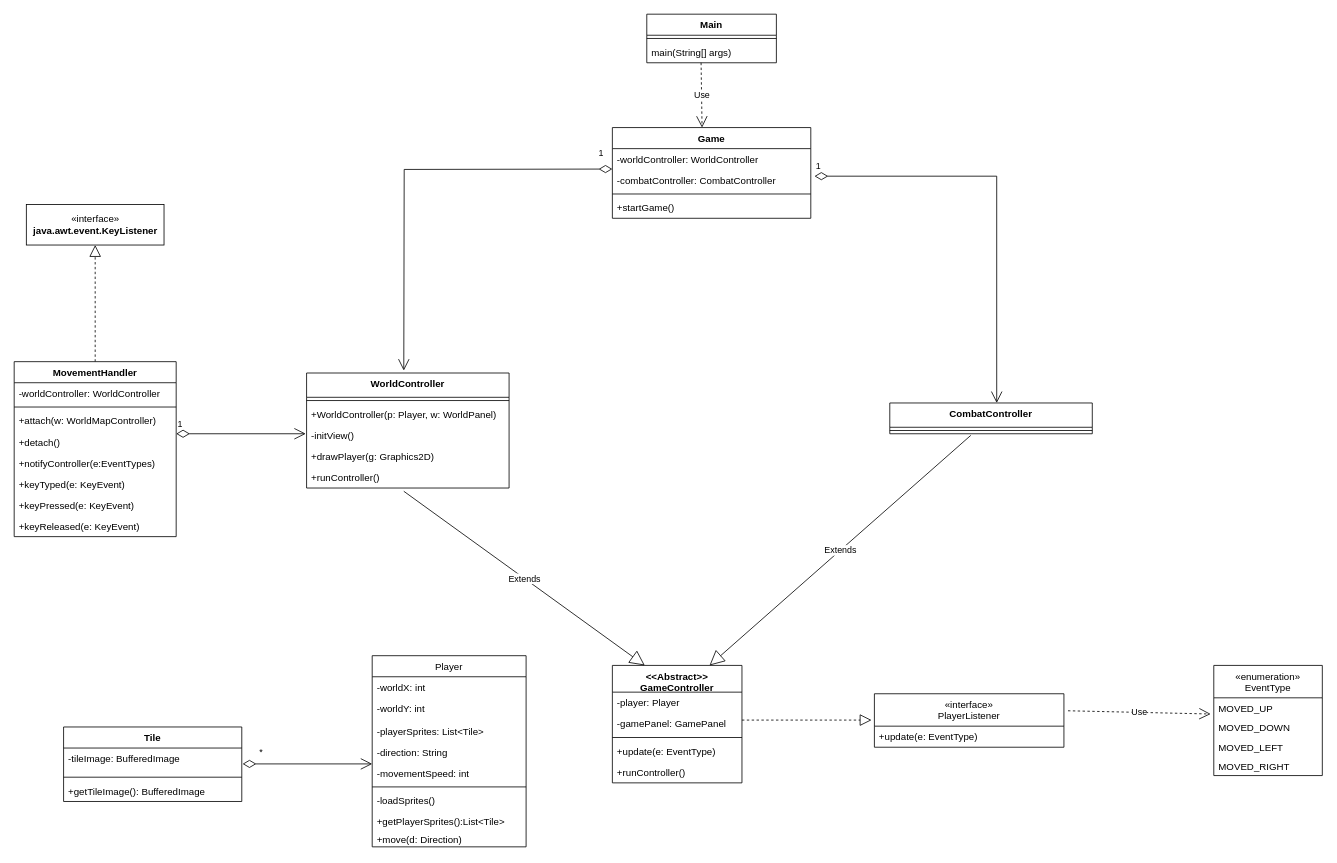
weiss25r/Progetto-ISS-2022-2023 keeps this draw.io diagram as docs/diagrams/Raffaele/Task - disegno della mappaù.drawio. Above is the earlier version. Source tidied: cells renumbered, new cells numbered last; positions are measured from the earlier drawing's top-left corner, leaving out a move shared by most shapes. Both pictures are drawn from the tidied source at 81%, with x=0, y=0 at pixel (14, 14).
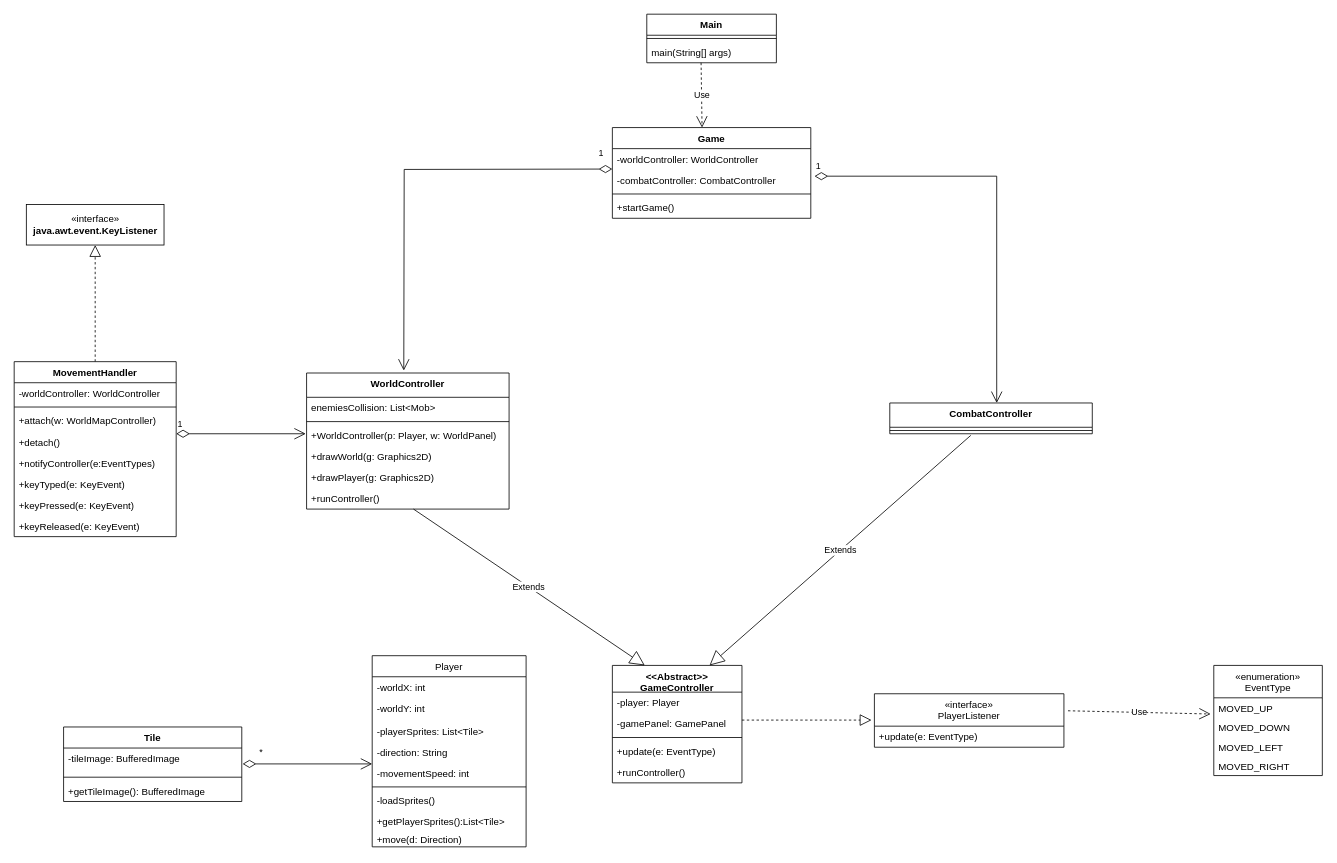
Above is the later version.

The change refers to these unchanged cells:
```xml
<mxCell id="42" value="&lt;&lt;Abstract&gt;&gt;&#10;GameController" style="swimlane;fontStyle=1;align=center;verticalAlign=top;horizontal=1;startSize=33;" parent="1" vertex="1">
  <mxGeometry x="738.5" y="804" width="160" height="145" as="geometry" />
</mxCell>
```

What changed in the source:
```diff
@@
     <mxCell id="36" value="WorldController" style="swimlane;fontStyle=1;align=center;verticalAlign=top;horizontal=1;startSize=30;" parent="1" vertex="1">
-      <mxGeometry x="361" y="443" width="250" height="142" as="geometry" />
+      <mxGeometry x="361" y="443" width="250" height="168" as="geometry" />
     </mxCell>
+    <mxCell id="65" value="enemiesCollision: List&lt;Mob&gt;" style="text;strokeColor=none;fillColor=none;align=left;verticalAlign=top;spacingLeft=4;spacingRight=4;overflow=hidden;" parent="36" vertex="1">
+      <mxGeometry y="30" width="250" height="26" as="geometry" />
+    </mxCell>
     <mxCell id="37" style="line;strokeWidth=1;fillColor=none;align=left;verticalAlign=middle;spacingTop=-1;spacingLeft=3;spacingRight=3;labelPosition=right;strokeColor=inherit;" parent="36" vertex="1">
-      <mxGeometry y="30" width="250" height="8" as="geometry" />
+      <mxGeometry y="56" width="250" height="8" as="geometry" />
     </mxCell>
     <mxCell id="38" value="+WorldController(p: Player, w: WorldPanel)&#10;" style="text;strokeColor=none;fillColor=none;align=left;verticalAlign=top;spacingLeft=4;spacingRight=4;overflow=hidden;" parent="36" vertex="1">
-      <mxGeometry y="38" width="250" height="26" as="geometry" />
+      <mxGeometry y="64" width="250" height="26" as="geometry" />
     </mxCell>
-    <mxCell id="39" value="-initView()" style="text;strokeColor=none;fillColor=none;align=left;verticalAlign=top;spacingLeft=4;spacingRight=4;overflow=hidden;" parent="36" vertex="1">
-      <mxGeometry y="64" width="250" height="26" as="geometry" />
-    </mxCell>
+    <mxCell id="66" value="+drawWorld(g: Graphics2D)" style="text;strokeColor=none;fillColor=none;align=left;verticalAlign=top;spacingLeft=4;spacingRight=4;overflow=hidden;" parent="36" vertex="1">
+      <mxGeometry y="90" width="250" height="26" as="geometry" />
+    </mxCell>
     <mxCell id="40" value="+drawPlayer(g: Graphics2D)" style="text;strokeColor=none;fillColor=none;align=left;verticalAlign=top;spacingLeft=4;spacingRight=4;overflow=hidden;" parent="36" vertex="1">
-      <mxGeometry y="90" width="250" height="26" as="geometry" />
+      <mxGeometry y="116" width="250" height="26" as="geometry" />
     </mxCell>
     <mxCell id="41" value="+runController()" style="text;strokeColor=none;fillColor=none;align=left;verticalAlign=top;spacingLeft=4;spacingRight=4;overflow=hidden;points=[[0,0.5],[1,0.5]];portConstraint=eastwest;" parent="36" vertex="1">
-      <mxGeometry y="116" width="250" height="26" as="geometry" />
+      <mxGeometry y="142" width="250" height="26" as="geometry" />
     </mxCell>
@@
-    <mxCell id="50" value="Extends" style="endArrow=block;endSize=16;endFill=0;html=1;rounded=0;exitX=0.48;exitY=1.154;exitDx=0;exitDy=0;entryX=0.25;entryY=0;entryDx=0;entryDy=0;exitPerimeter=0;" parent="1" edge="1" source="41" target="42">
+    <mxCell id="50" value="Extends" style="endArrow=block;endSize=16;endFill=0;html=1;rounded=0;exitX=0.528;exitY=1;exitDx=0;exitDy=0;entryX=0.25;entryY=0;entryDx=0;entryDy=0;exitPerimeter=0;" parent="1" edge="1" source="41" target="42">
       <mxGeometry relative="1" as="geometry" />
     </mxCell>
```
